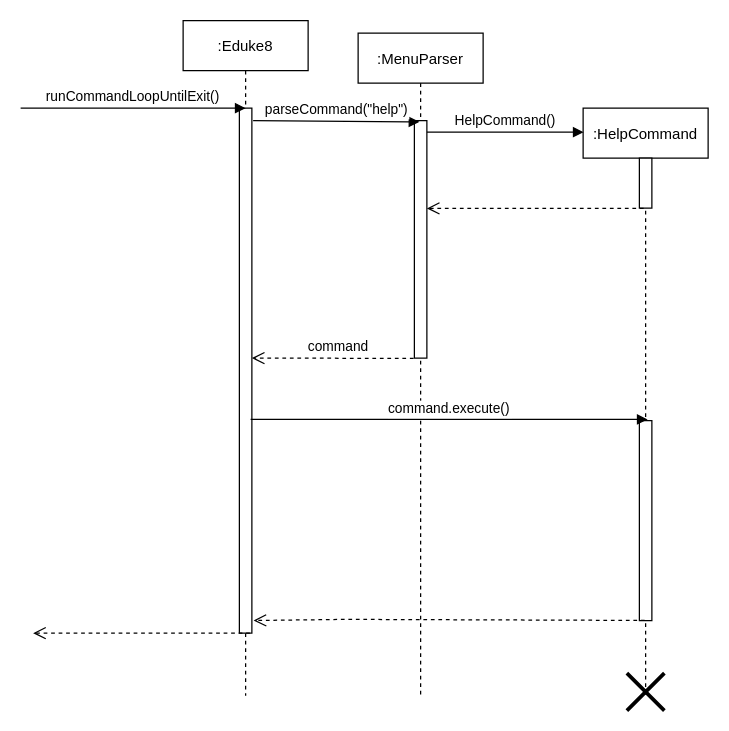
The draw.io diagram docs/diagrams/Parser Sample Sequence_.drawio in nus-cs2113-AY2021S1/tp, before the edit. Source tidied: cells renumbered, new cells numbered last; positions are measured from the earlier drawing's top-left corner, leaving out a move shared by most shapes. Both pictures are drawn from the tidied source at 125%, with x=0, y=0 at pixel (20, 20).
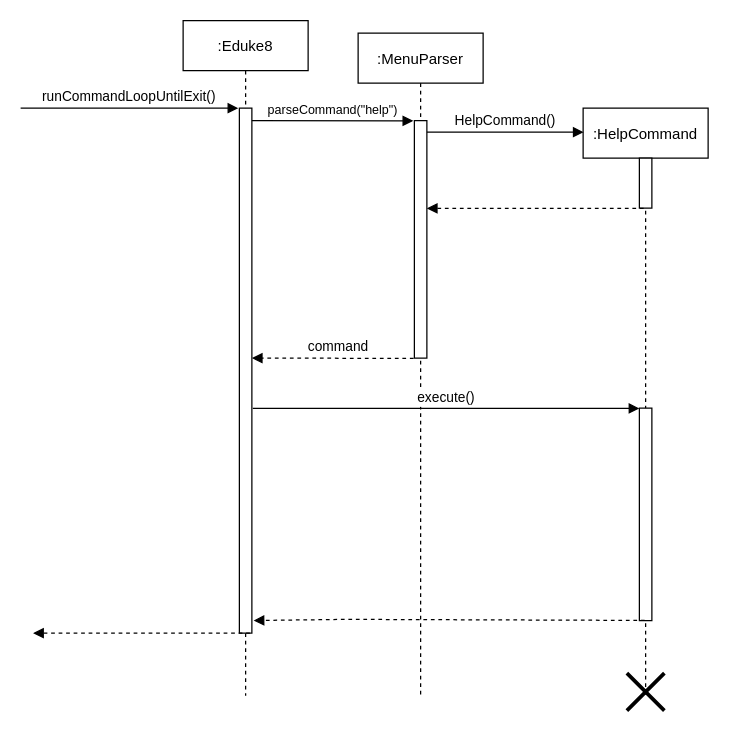
Above is the later version.

Commit message (it also covers changes not shown here):
Standardise in-line code text and fix sequence diagrams.

Unchanged cells that the change refers to:
```xml
<mxCell id="3" style="points=[];perimeter=orthogonalPerimeter;rounded=0;shadow=0;strokeWidth=1;" parent="2" vertex="1">
  <mxGeometry x="45" y="70" width="10" height="190" as="geometry" />
</mxCell>
<mxCell id="5" style="points=[];perimeter=orthogonalPerimeter;rounded=0;shadow=0;strokeWidth=1;" parent="4" vertex="1">
  <mxGeometry x="45" y="40" width="10" height="40" as="geometry" />
</mxCell>
<mxCell id="12" style="points=[];perimeter=orthogonalPerimeter;rounded=0;shadow=0;strokeWidth=1;" parent="11" vertex="1">
  <mxGeometry x="45" y="70" width="10" height="420" as="geometry" />
</mxCell>
```

Diff of the diagram source:
```diff
@@
-    <mxCell id="8" value="command" style="verticalAlign=bottom;endArrow=open;dashed=1;endSize=8;shadow=0;strokeWidth=1;exitX=-0.06;exitY=1.001;exitDx=0;exitDy=0;exitPerimeter=0;" parent="1" edge="1" source="3">
+    <mxCell id="8" value="command" style="verticalAlign=bottom;endArrow=block;dashed=1;endSize=6;shadow=0;strokeWidth=1;exitX=-0.06;exitY=1.001;exitDx=0;exitDy=0;exitPerimeter=0;endFill=1;" parent="1" edge="1" source="3">
       <mxGeometry x="-0.08" relative="1" as="geometry">
         <mxPoint x="185" y="270" as="targetPoint" />
       </mxGeometry>
     </mxCell>
-    <mxCell id="9" style="verticalAlign=bottom;endArrow=open;dashed=1;endSize=8;shadow=0;strokeWidth=1;exitX=0.34;exitY=1.005;exitDx=0;exitDy=0;exitPerimeter=0;" parent="1" edge="1" source="5" target="3">
+    <mxCell id="9" style="verticalAlign=bottom;endArrow=block;dashed=1;endSize=6;shadow=0;strokeWidth=1;exitX=0.34;exitY=1.005;exitDx=0;exitDy=0;exitPerimeter=0;endFill=1;" parent="1" edge="1" source="5" target="3">
       <mxGeometry x="-0.23" y="-24" relative="1" as="geometry" />
     </mxCell>
     <mxCell id="10" style="points=[];perimeter=orthogonalPerimeter;rounded=0;shadow=0;strokeWidth=1;" parent="1" vertex="1">
-      <mxGeometry x="495" y="320" width="10" height="160" as="geometry" />
+      <mxGeometry x="495" y="310" width="10" height="170" as="geometry" />
     </mxCell>
@@
-    <mxCell id="13" value="runCommandLoopUntilExit()" style="verticalAlign=bottom;endArrow=block;entryX=0.5;entryY=0;shadow=0;strokeWidth=1;entryDx=0;entryDy=0;entryPerimeter=0;" parent="1" edge="1" target="12">
+    <mxCell id="13" value="runCommandLoopUntilExit()" style="verticalAlign=bottom;endArrow=block;shadow=0;strokeWidth=1;entryX=-0.086;entryY=0;entryDx=0;entryDy=0;entryPerimeter=0;" parent="1" edge="1" target="12">
       <mxGeometry relative="1" as="geometry">
         <mxPoint y="70" as="sourcePoint" />
       </mxGeometry>
     </mxCell>
-    <mxCell id="14" value="parseCommand(&quot;help&quot;)" style="verticalAlign=bottom;endArrow=block;shadow=0;strokeWidth=1;" parent="1" edge="1">
-      <mxGeometry relative="1" as="geometry">
-        <mxPoint x="186" y="80" as="sourcePoint" />
-        <mxPoint x="319" y="81" as="targetPoint" />
-      </mxGeometry>
-    </mxCell>
-    <mxCell id="15" value="command.execute()" style="verticalAlign=bottom;endArrow=block;entryX=0.66;entryY=-0.006;shadow=0;strokeWidth=1;entryDx=0;entryDy=0;entryPerimeter=0;" parent="1" edge="1" target="10">
-      <mxGeometry relative="1" as="geometry">
-        <mxPoint x="184" y="319" as="sourcePoint" />
-      </mxGeometry>
+    <mxCell id="15" value="execute()" style="verticalAlign=bottom;endArrow=block;shadow=0;strokeWidth=1;exitX=1.072;exitY=0.572;exitDx=0;exitDy=0;exitPerimeter=0;" parent="1" edge="1" source="12" target="10">
+      <mxGeometry relative="1" as="geometry" />
     </mxCell>
-    <mxCell id="16" style="verticalAlign=bottom;endArrow=open;dashed=1;endSize=8;shadow=0;strokeWidth=1;exitX=0.42;exitY=0.999;exitDx=0;exitDy=0;exitPerimeter=0;entryX=1.14;entryY=0.976;entryDx=0;entryDy=0;entryPerimeter=0;" parent="1" edge="1" source="10" target="12">
+    <mxCell id="16" style="verticalAlign=bottom;endArrow=block;dashed=1;endSize=6;shadow=0;strokeWidth=1;exitX=0.42;exitY=0.999;exitDx=0;exitDy=0;exitPerimeter=0;entryX=1.14;entryY=0.976;entryDx=0;entryDy=0;entryPerimeter=0;endFill=1;" parent="1" edge="1" source="10" target="12">
       <mxGeometry x="-0.23" y="-24" relative="1" as="geometry">
         <Array as="points">
           <mxPoint x="260" y="479" />
         </Array>
       </mxGeometry>
     </mxCell>
-    <mxCell id="17" style="verticalAlign=bottom;endArrow=open;dashed=1;endSize=8;shadow=0;strokeWidth=1;exitX=0.34;exitY=1.005;exitDx=0;exitDy=0;exitPerimeter=0;" parent="1" edge="1">
+    <mxCell id="17" style="verticalAlign=bottom;endArrow=block;dashed=1;endSize=6;shadow=0;strokeWidth=1;exitX=0.34;exitY=1.005;exitDx=0;exitDy=0;exitPerimeter=0;endFill=1;" parent="1" edge="1">
       <mxGeometry x="-0.23" y="-24" relative="1" as="geometry">
         <mxPoint x="183.4" y="490" as="sourcePoint" />
         <mxPoint x="10" y="490" as="targetPoint" />
       </mxGeometry>
     </mxCell>
+    <mxCell id="14" value="parseCommand(&quot;help&quot;)" style="verticalAlign=bottom;endArrow=block;shadow=0;strokeWidth=1;entryX=-0.091;entryY=0.001;entryDx=0;entryDy=0;entryPerimeter=0;fontSize=10;" parent="1" edge="1" target="3">
+      <mxGeometry x="0.01" relative="1" as="geometry">
+        <mxPoint x="185" y="80" as="sourcePoint" />
+      </mxGeometry>
+    </mxCell>
```
